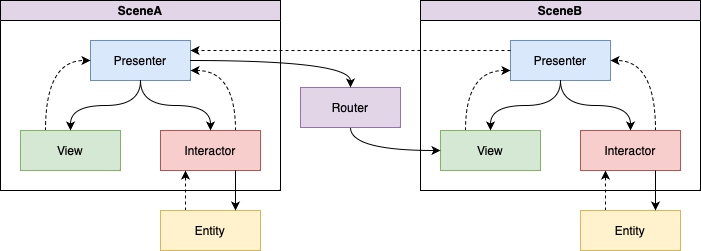
Earlier version of the draw.io export viper.png (cjnevin/IdealCleanArchitecture). Source tidied: cells renumbered, new cells last; positions are measured from the earlier drawing's top-left corner, leaving out a move shared by most shapes.
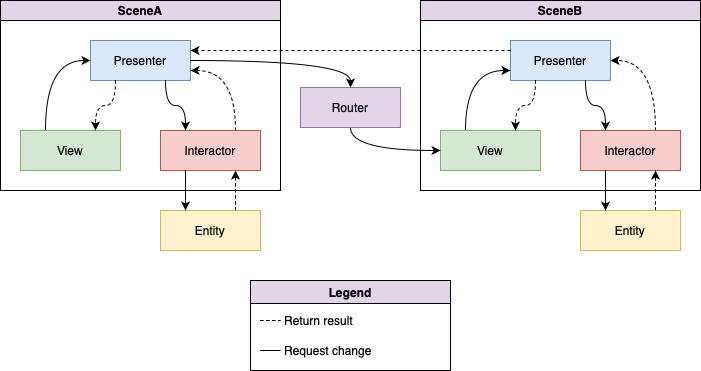
Later version of the same file.

What changed in the source:
```diff
@@ -8,13 +8,13 @@
     <mxCell id="3" value="Presenter" style="whiteSpace=wrap;html=1;fillColor=#dae8fc;strokeColor=#6c8ebf;" parent="2" vertex="1">
       <mxGeometry x="90" y="40" width="100" height="40" as="geometry" />
     </mxCell>
-    <mxCell id="4" style="edgeStyle=orthogonalEdgeStyle;rounded=0;jettySize=auto;html=1;exitX=0.25;exitY=0;exitDx=0;exitDy=0;entryX=0;entryY=0.5;entryDx=0;entryDy=0;dashed=1;curved=1;" parent="2" edge="1" source="5" target="3">
+    <mxCell id="4" style="edgeStyle=orthogonalEdgeStyle;rounded=0;jettySize=auto;html=1;exitX=0.25;exitY=0;exitDx=0;exitDy=0;entryX=0;entryY=0.5;entryDx=0;entryDy=0;curved=1;" parent="2" edge="1" source="5" target="3">
       <mxGeometry relative="1" as="geometry" />
     </mxCell>
     <mxCell id="5" value="View" style="whiteSpace=wrap;html=1;fillColor=#d5e8d4;strokeColor=#82b366;" parent="2" vertex="1">
       <mxGeometry x="20" y="130" width="100" height="40" as="geometry" />
     </mxCell>
-    <mxCell id="6" style="edgeStyle=orthogonalEdgeStyle;elbow=vertical;html=1;rounded=0;curved=1;" parent="2" edge="1" source="3" target="5">
+    <mxCell id="6" style="elbow=vertical;html=1;rounded=0;dashed=1;exitX=0.25;exitY=1;exitDx=0;exitDy=0;entryX=0.75;entryY=0;entryDx=0;entryDy=0;edgeStyle=orthogonalEdgeStyle;curved=1;" parent="2" edge="1" source="3" target="5">
       <mxGeometry relative="1" as="geometry" />
     </mxCell>
     <mxCell id="7" style="edgeStyle=orthogonalEdgeStyle;rounded=0;jettySize=auto;html=1;exitX=0.75;exitY=0;exitDx=0;exitDy=0;entryX=1;entryY=0.75;entryDx=0;entryDy=0;dashed=1;curved=1;" parent="2" edge="1" source="8" target="3">
@@ -23,31 +23,28 @@
     <mxCell id="8" value="Interactor" style="whiteSpace=wrap;html=1;fillColor=#f8cecc;strokeColor=#b85450;" parent="2" vertex="1">
       <mxGeometry x="160" y="130" width="100" height="40" as="geometry" />
     </mxCell>
-    <mxCell id="9" style="edgeStyle=orthogonalEdgeStyle;elbow=vertical;html=1;rounded=0;curved=1;" parent="2" edge="1" source="3" target="8">
+    <mxCell id="9" style="edgeStyle=orthogonalEdgeStyle;elbow=vertical;html=1;rounded=0;curved=1;exitX=0.75;exitY=1;exitDx=0;exitDy=0;entryX=0.25;entryY=0;entryDx=0;entryDy=0;" parent="2" edge="1" source="3" target="8">
       <mxGeometry relative="1" as="geometry" />
     </mxCell>
-    <mxCell id="10" style="edgeStyle=orthogonalEdgeStyle;rounded=0;jettySize=auto;html=1;exitX=0.25;exitY=0;exitDx=0;exitDy=0;entryX=0.25;entryY=1;entryDx=0;entryDy=0;dashed=1;" parent="1" edge="1" source="11" target="8">
+    <mxCell id="10" style="edgeStyle=orthogonalEdgeStyle;curved=1;rounded=0;jettySize=auto;html=1;exitX=0.75;exitY=0;exitDx=0;exitDy=0;entryX=0.75;entryY=1;entryDx=0;entryDy=0;dashed=1;" parent="1" edge="1" source="11" target="8">
       <mxGeometry relative="1" as="geometry" />
     </mxCell>
     <mxCell id="11" value="Entity" style="whiteSpace=wrap;html=1;fillColor=#fff2cc;strokeColor=#d6b656;" parent="1" vertex="1">
       <mxGeometry x="160" y="210" width="100" height="40" as="geometry" />
     </mxCell>
-    <mxCell id="12" style="edgeStyle=orthogonalEdgeStyle;rounded=0;jettySize=auto;html=1;exitX=0.75;exitY=1;exitDx=0;exitDy=0;entryX=0.75;entryY=0;entryDx=0;entryDy=0;" parent="1" edge="1" source="8" target="11">
-      <mxGeometry relative="1" as="geometry" />
-    </mxCell>
     <mxCell id="13" value="SceneB" style="swimlane;startSize=20;horizontal=1;horizontalTree=0;containerType=tree;fillColor=#E1D5E7;" parent="1" vertex="1">
       <mxGeometry x="420" width="280" height="190" as="geometry" />
     </mxCell>
     <mxCell id="14" value="Presenter" style="whiteSpace=wrap;html=1;fillColor=#dae8fc;strokeColor=#6c8ebf;" parent="13" vertex="1">
       <mxGeometry x="90" y="40" width="100" height="40" as="geometry" />
     </mxCell>
-    <mxCell id="15" style="edgeStyle=orthogonalEdgeStyle;rounded=0;jettySize=auto;html=1;exitX=0.25;exitY=0;exitDx=0;exitDy=0;entryX=0;entryY=0.75;entryDx=0;entryDy=0;dashed=1;curved=1;" parent="13" edge="1" source="16" target="14">
+    <mxCell id="15" style="edgeStyle=orthogonalEdgeStyle;rounded=0;jettySize=auto;html=1;exitX=0.25;exitY=0;exitDx=0;exitDy=0;entryX=0;entryY=0.75;entryDx=0;entryDy=0;curved=1;" parent="13" edge="1" source="16" target="14">
       <mxGeometry relative="1" as="geometry" />
     </mxCell>
     <mxCell id="16" value="View" style="whiteSpace=wrap;html=1;fillColor=#d5e8d4;strokeColor=#82b366;" parent="13" vertex="1">
       <mxGeometry x="20" y="130" width="100" height="40" as="geometry" />
     </mxCell>
-    <mxCell id="17" style="edgeStyle=orthogonalEdgeStyle;elbow=vertical;html=1;rounded=0;curved=1;" parent="13" edge="1" source="14" target="16">
+    <mxCell id="17" style="edgeStyle=orthogonalEdgeStyle;elbow=vertical;html=1;rounded=0;curved=1;dashed=1;exitX=0.25;exitY=1;exitDx=0;exitDy=0;entryX=0.75;entryY=0;entryDx=0;entryDy=0;" parent="13" edge="1" source="14" target="16">
       <mxGeometry relative="1" as="geometry" />
     </mxCell>
     <mxCell id="18" style="edgeStyle=orthogonalEdgeStyle;rounded=0;jettySize=auto;html=1;exitX=0.75;exitY=0;exitDx=0;exitDy=0;entryX=1;entryY=0.5;entryDx=0;entryDy=0;dashed=1;curved=1;" parent="13" edge="1" source="19" target="14">
@@ -56,18 +53,15 @@
     <mxCell id="19" value="Interactor" style="whiteSpace=wrap;html=1;fillColor=#f8cecc;strokeColor=#b85450;" parent="13" vertex="1">
       <mxGeometry x="160" y="130" width="100" height="40" as="geometry" />
     </mxCell>
-    <mxCell id="20" style="edgeStyle=orthogonalEdgeStyle;elbow=vertical;html=1;rounded=0;curved=1;" parent="13" edge="1" source="14" target="19">
+    <mxCell id="20" style="edgeStyle=orthogonalEdgeStyle;elbow=vertical;html=1;rounded=0;curved=1;exitX=0.75;exitY=1;exitDx=0;exitDy=0;entryX=0.25;entryY=0;entryDx=0;entryDy=0;" parent="13" edge="1" source="14" target="19">
       <mxGeometry relative="1" as="geometry" />
     </mxCell>
-    <mxCell id="21" style="edgeStyle=orthogonalEdgeStyle;rounded=0;jettySize=auto;html=1;exitX=0.25;exitY=0;exitDx=0;exitDy=0;entryX=0.25;entryY=1;entryDx=0;entryDy=0;dashed=1;" parent="1" edge="1" source="22" target="19">
+    <mxCell id="21" style="edgeStyle=orthogonalEdgeStyle;curved=1;rounded=0;jettySize=auto;html=1;exitX=0.75;exitY=0;exitDx=0;exitDy=0;entryX=0.75;entryY=1;entryDx=0;entryDy=0;dashed=1;" parent="1" edge="1" source="22" target="19">
       <mxGeometry relative="1" as="geometry" />
     </mxCell>
     <mxCell id="22" value="Entity" style="whiteSpace=wrap;html=1;fillColor=#fff2cc;strokeColor=#d6b656;" parent="1" vertex="1">
       <mxGeometry x="580" y="210" width="100" height="40" as="geometry" />
     </mxCell>
-    <mxCell id="23" style="edgeStyle=orthogonalEdgeStyle;rounded=0;jettySize=auto;html=1;exitX=0.75;exitY=1;exitDx=0;exitDy=0;entryX=0.75;entryY=0;entryDx=0;entryDy=0;" parent="1" edge="1" source="19" target="22">
-      <mxGeometry relative="1" as="geometry" />
-    </mxCell>
     <mxCell id="24" style="edgeStyle=orthogonalEdgeStyle;rounded=0;jettySize=auto;html=1;exitX=0.5;exitY=1;exitDx=0;exitDy=0;entryX=0;entryY=0.5;entryDx=0;entryDy=0;curved=1;" parent="1" edge="1" source="25" target="16">
       <mxGeometry relative="1" as="geometry" />
     </mxCell>
@@ -80,5 +74,32 @@
     <mxCell id="27" style="edgeStyle=orthogonalEdgeStyle;rounded=0;jettySize=auto;html=1;exitX=0;exitY=0.25;exitDx=0;exitDy=0;entryX=1;entryY=0.25;entryDx=0;entryDy=0;dashed=1;" parent="1" edge="1" source="14" target="3">
       <mxGeometry relative="1" as="geometry" />
     </mxCell>
+    <mxCell id="12" style="edgeStyle=orthogonalEdgeStyle;curved=1;rounded=0;jettySize=auto;html=1;exitX=0.25;exitY=1;exitDx=0;exitDy=0;entryX=0.25;entryY=0;entryDx=0;entryDy=0;" parent="1" edge="1" source="8" target="11">
+      <mxGeometry relative="1" as="geometry" />
+    </mxCell>
+    <mxCell id="23" style="edgeStyle=orthogonalEdgeStyle;curved=1;rounded=0;jettySize=auto;html=1;exitX=0.25;exitY=1;exitDx=0;exitDy=0;entryX=0.25;entryY=0;entryDx=0;entryDy=0;" parent="1" edge="1" source="19" target="22">
+      <mxGeometry relative="1" as="geometry" />
+    </mxCell>
+    <mxCell id="28" style="endArrow=none;html=1;rounded=0;dashed=1;curved=1;elbow=vertical;" parent="1" edge="1">
+      <mxGeometry relative="1" as="geometry">
+        <mxPoint x="260" y="320" as="sourcePoint" />
+        <mxPoint x="280" y="320" as="targetPoint" />
+      </mxGeometry>
+    </mxCell>
+    <mxCell id="29" value="Return result" style="text;html=1;strokeColor=none;fillColor=none;align=left;verticalAlign=middle;whiteSpace=wrap;rounded=0;spacingLeft=2;" parent="1" vertex="1">
+      <mxGeometry x="280" y="305" width="100" height="30" as="geometry" />
+    </mxCell>
+    <mxCell id="30" style="endArrow=none;html=1;rounded=0;curved=1;elbow=vertical;" parent="1" edge="1">
+      <mxGeometry relative="1" as="geometry">
+        <mxPoint x="260" y="350" as="sourcePoint" />
+        <mxPoint x="280" y="350" as="targetPoint" />
+      </mxGeometry>
+    </mxCell>
+    <mxCell id="31" value="Request change" style="text;html=1;strokeColor=none;fillColor=none;align=left;verticalAlign=middle;whiteSpace=wrap;rounded=0;spacingLeft=2;" parent="1" vertex="1">
+      <mxGeometry x="280" y="335" width="100" height="30" as="geometry" />
+    </mxCell>
+    <mxCell id="32" value="Legend" style="swimlane;fillColor=#E1D5E7;" parent="1" vertex="1">
+      <mxGeometry x="250" y="280" width="200" height="90" as="geometry" />
+    </mxCell>
   </root>
 </mxGraphModel>
```
